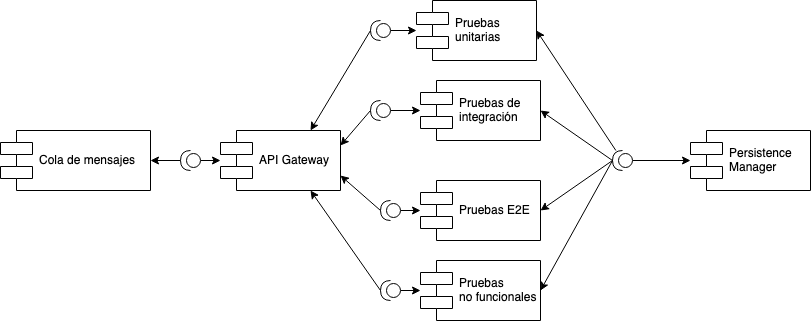
The draw.io diagram arquitectura/arquitectura-ms3.png in mlopez8621/pruebasAutomaticasBitacora, before a commit. Source tidied: cells renumbered, new cells last; positions are measured from the earlier drawing's top-left corner, leaving out a move shared by most shapes.
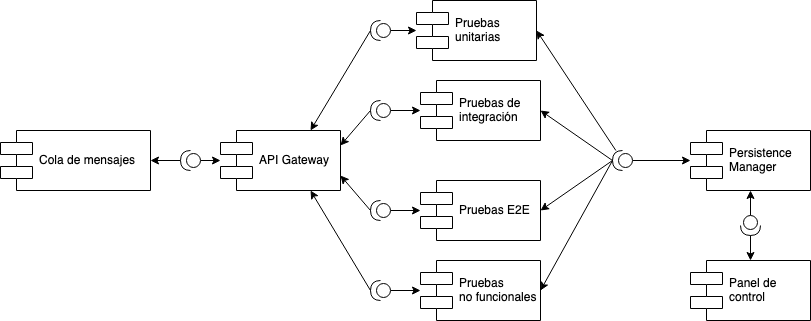
The same file after the commit.

Commit message:
diagrama de componentes ams3 actualizado

The edit, as a diff of the source:
```diff
@@ -75,7 +75,7 @@
       <mxGeometry relative="1" as="geometry" />
     </mxCell>
     <mxCell id="26" style="shape=providedRequiredInterface;html=1;verticalLabelPosition=bottom;rotation=180;" parent="1" vertex="1">
-      <mxGeometry x="380" y="200" width="20" height="20" as="geometry" />
+      <mxGeometry x="370" y="200" width="20" height="20" as="geometry" />
     </mxCell>
     <mxCell id="27" style="edgeStyle=none;rounded=0;jettySize=auto;html=1;" parent="1" edge="1" source="29" target="17">
       <mxGeometry relative="1" as="geometry" />
@@ -84,7 +84,19 @@
       <mxGeometry relative="1" as="geometry" />
     </mxCell>
     <mxCell id="29" style="shape=providedRequiredInterface;html=1;verticalLabelPosition=bottom;rotation=180;" parent="1" vertex="1">
-      <mxGeometry x="380" y="280" width="20" height="20" as="geometry" />
+      <mxGeometry x="370" y="280" width="20" height="20" as="geometry" />
     </mxCell>
+    <mxCell id="30" value="Panel de &#10;control" style="shape=component;align=left;spacingLeft=36;" parent="1" vertex="1">
+      <mxGeometry x="690" y="260" width="120" height="60" as="geometry" />
+    </mxCell>
+    <mxCell id="31" style="edgeStyle=none;rounded=0;jettySize=auto;html=1;" parent="1" edge="1" source="33" target="30">
+      <mxGeometry relative="1" as="geometry" />
+    </mxCell>
+    <mxCell id="32" style="edgeStyle=none;rounded=0;jettySize=auto;html=1;" parent="1" edge="1" source="33" target="7">
+      <mxGeometry relative="1" as="geometry" />
+    </mxCell>
+    <mxCell id="33" style="shape=providedRequiredInterface;html=1;verticalLabelPosition=bottom;rotation=90;" parent="1" vertex="1">
+      <mxGeometry x="740" y="215" width="20" height="20" as="geometry" />
+    </mxCell>
   </root>
 </mxGraphModel>
```
